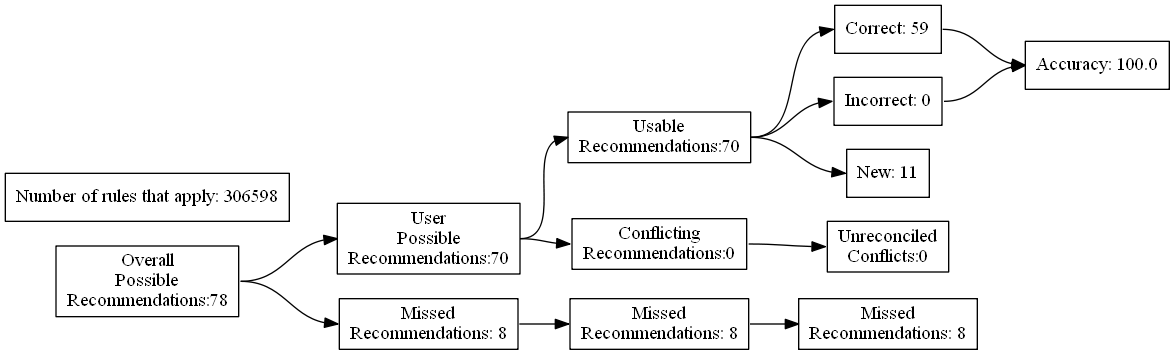
The Graphviz diagram test_renders/92.gv.png in ZaxR/ibd_diet_analysis, before a commit. Its source is kept beside it as test_renders/92.gv.
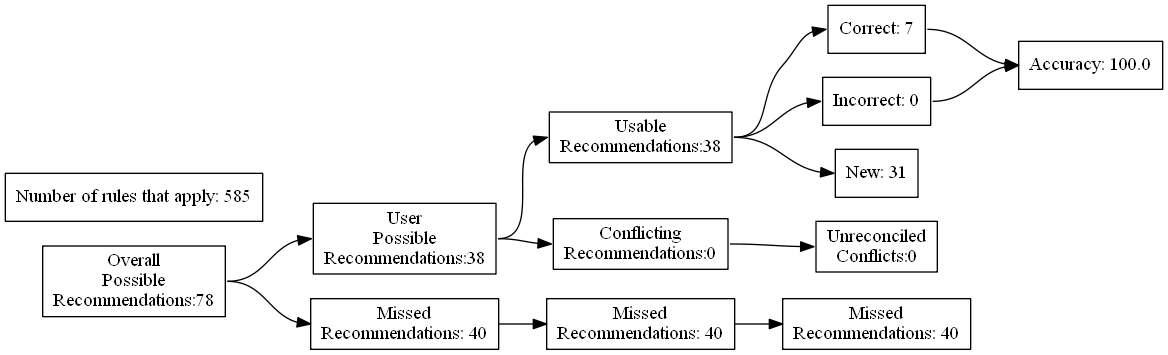
The same file after the commit.

What changed in the source:
```diff
@@ -7,24 +7,24 @@
 Recommendations:78"]
 		B [label="User
 Possible
-Recommendations:70"]
+Recommendations:38"]
 		C [label="Missed
-Recommendations: 8"]
+Recommendations: 40"]
 		D [label="Usable
-Recommendations:70"]
+Recommendations:38"]
 		E [label="Conflicting
 Recommendations:0"]
 		J [label="Missed
-Recommendations: 8"]
+Recommendations: 40"]
 		M [label="Unreconciled
 Conflicts:0"]
-		F [label="Correct: 59"]
+		F [label="Correct: 7"]
 		G [label="Incorrect: 0"]
-		H [label="New: 11"]
+		H [label="New: 31"]
 		K [label="Missed
-Recommendations: 8"]
+Recommendations: 40"]
 		I [label="Accuracy: 100.0"]
-		l [label="Number of rules that apply: 306598"]
+		l [label="Number of rules that apply: 585"]
 			A -> B
 			A -> C
 			B -> D
```
